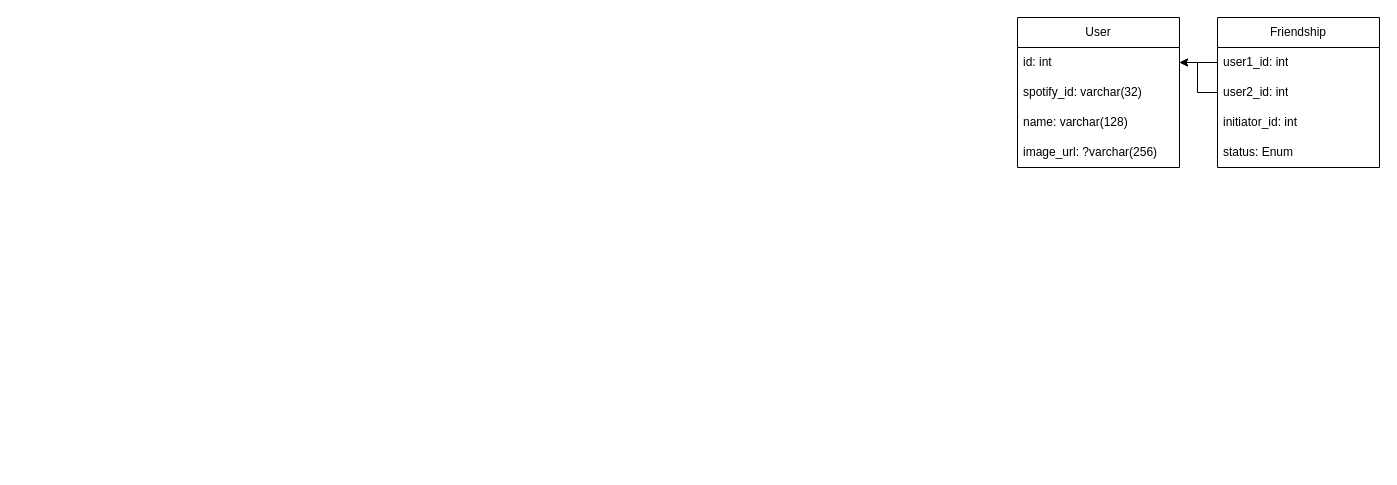
Before: diagrams/database.drawio in Zancmok/KCSpotifyAnalyzer, a draw.io diagram. Source tidied: cells renumbered, new cells numbered last; positions are measured from the earlier drawing's top-left corner, leaving out a move shared by most shapes. Both pictures are drawn from the tidied source at 100%, with x=0, y=0 at pixel (1017, 17).
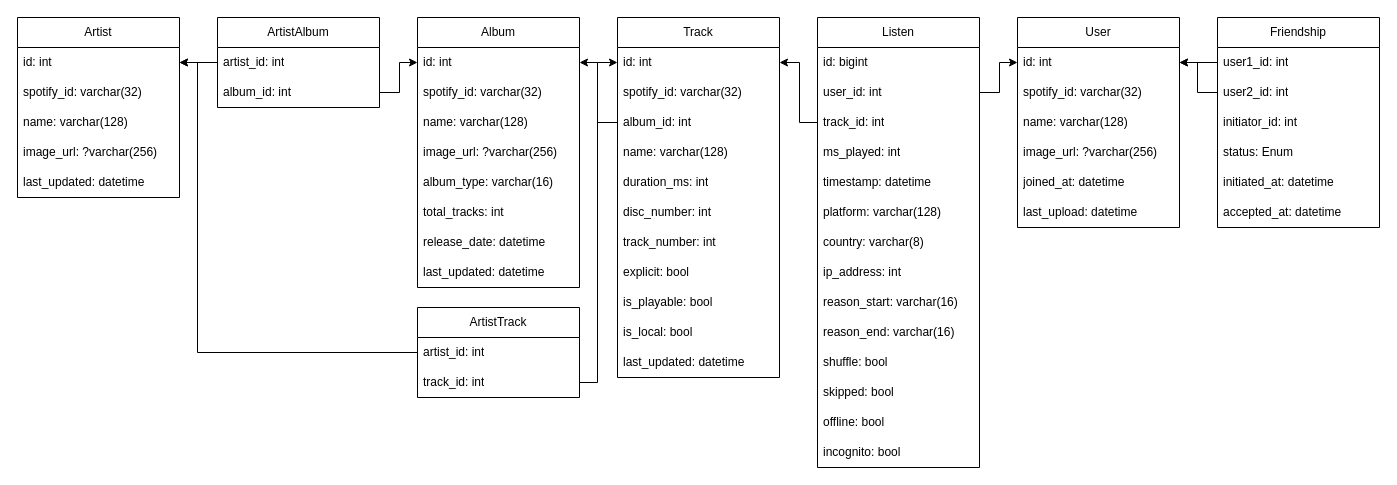
Above is the later version.

The change refers to these unchanged cells:
```xml
<mxCell id="3" value="id: int" style="text;strokeColor=none;fillColor=none;align=left;verticalAlign=middle;spacingLeft=4;spacingRight=4;overflow=hidden;points=[[0,0.5],[1,0.5]];portConstraint=eastwest;whiteSpace=wrap;html=1;" parent="2" vertex="1">
  <mxGeometry y="30" width="162" height="30" as="geometry" />
</mxCell>
```

The edit, as a diff of the source:
```diff
@@
     <mxCell id="2" value="User" style="swimlane;fontStyle=0;horizontal=1;startSize=30;whiteSpace=wrap;html=1;" parent="1" vertex="1">
-      <mxGeometry width="162" height="150" as="geometry" />
+      <mxGeometry width="162" height="210" as="geometry" />
     </mxCell>
@@
+    <mxCell id="14" value="joined_at: datetime" style="text;strokeColor=none;fillColor=none;align=left;verticalAlign=middle;spacingLeft=4;spacingRight=4;overflow=hidden;whiteSpace=wrap;html=1;" parent="2" vertex="1">
+      <mxGeometry y="150" width="162" height="30" as="geometry" />
+    </mxCell>
+    <mxCell id="15" value="last_upload: datetime" style="text;strokeColor=none;fillColor=none;align=left;verticalAlign=middle;spacingLeft=4;spacingRight=4;overflow=hidden;whiteSpace=wrap;html=1;" parent="2" vertex="1">
+      <mxGeometry y="180" width="162" height="30" as="geometry" />
+    </mxCell>
     <mxCell id="7" value="Friendship" style="swimlane;fontStyle=0;horizontal=1;startSize=30;whiteSpace=wrap;html=1;" parent="1" vertex="1">
-      <mxGeometry x="200" width="162" height="150" as="geometry" />
+      <mxGeometry x="200" width="162" height="210" as="geometry" />
     </mxCell>
@@
+    <mxCell id="16" value="initiated_at: datetime" style="text;strokeColor=none;fillColor=none;align=left;verticalAlign=middle;spacingLeft=4;spacingRight=4;overflow=hidden;whiteSpace=wrap;html=1;" parent="7" vertex="1">
+      <mxGeometry y="150" width="162" height="30" as="geometry" />
+    </mxCell>
+    <mxCell id="17" value="accepted_at: datetime" style="text;strokeColor=none;fillColor=none;align=left;verticalAlign=middle;spacingLeft=4;spacingRight=4;overflow=hidden;whiteSpace=wrap;html=1;" parent="7" vertex="1">
+      <mxGeometry y="180" width="162" height="30" as="geometry" />
+    </mxCell>
@@
+    <mxCell id="18" value="Listen" style="swimlane;fontStyle=0;horizontal=1;startSize=30;whiteSpace=wrap;html=1;" parent="1" vertex="1">
+      <mxGeometry x="-200" width="162" height="450" as="geometry" />
+    </mxCell>
+    <mxCell id="19" value="id: bigint" style="text;strokeColor=none;fillColor=none;align=left;verticalAlign=middle;spacingLeft=4;spacingRight=4;overflow=hidden;whiteSpace=wrap;html=1;" parent="18" vertex="1">
+      <mxGeometry y="30" width="162" height="30" as="geometry" />
+    </mxCell>
+    <mxCell id="20" value="user_id: int" style="text;strokeColor=none;fillColor=none;align=left;verticalAlign=middle;spacingLeft=4;spacingRight=4;overflow=hidden;points=[[0,0.5],[1,0.5]];portConstraint=eastwest;whiteSpace=wrap;html=1;" parent="18" vertex="1">
+      <mxGeometry y="60" width="162" height="30" as="geometry" />
+    </mxCell>
+    <mxCell id="21" value="track_id: int" style="text;strokeColor=none;fillColor=none;align=left;verticalAlign=middle;spacingLeft=4;spacingRight=4;overflow=hidden;points=[[0,0.5],[1,0.5]];portConstraint=eastwest;whiteSpace=wrap;html=1;" parent="18" vertex="1">
+      <mxGeometry y="90" width="162" height="30" as="geometry" />
+    </mxCell>
+    <mxCell id="22" value="ms_played: int" style="text;strokeColor=none;fillColor=none;align=left;verticalAlign=middle;spacingLeft=4;spacingRight=4;overflow=hidden;whiteSpace=wrap;html=1;" parent="18" vertex="1">
+      <mxGeometry y="120" width="162" height="30" as="geometry" />
+    </mxCell>
+    <mxCell id="23" value="timestamp: datetime" style="text;strokeColor=none;fillColor=none;align=left;verticalAlign=middle;spacingLeft=4;spacingRight=4;overflow=hidden;whiteSpace=wrap;html=1;" parent="18" vertex="1">
+      <mxGeometry y="150" width="162" height="30" as="geometry" />
+    </mxCell>
+    <mxCell id="24" value="platform: varchar(128)" style="text;strokeColor=none;fillColor=none;align=left;verticalAlign=middle;spacingLeft=4;spacingRight=4;overflow=hidden;whiteSpace=wrap;html=1;" parent="18" vertex="1">
+      <mxGeometry y="180" width="162" height="30" as="geometry" />
+    </mxCell>
+    <mxCell id="25" value="country: varchar(8)" style="text;strokeColor=none;fillColor=none;align=left;verticalAlign=middle;spacingLeft=4;spacingRight=4;overflow=hidden;whiteSpace=wrap;html=1;" parent="18" vertex="1">
+      <mxGeometry y="210" width="162" height="30" as="geometry" />
+    </mxCell>
+    <mxCell id="26" value="ip_address: int" style="text;strokeColor=none;fillColor=none;align=left;verticalAlign=middle;spacingLeft=4;spacingRight=4;overflow=hidden;whiteSpace=wrap;html=1;" parent="18" vertex="1">
+      <mxGeometry y="240" width="162" height="30" as="geometry" />
+    </mxCell>
+    <mxCell id="27" value="reason_start: varchar(16)" style="text;strokeColor=none;fillColor=none;align=left;verticalAlign=middle;spacingLeft=4;spacingRight=4;overflow=hidden;whiteSpace=wrap;html=1;" parent="18" vertex="1">
+      <mxGeometry y="270" width="162" height="30" as="geometry" />
+    </mxCell>
+    <mxCell id="28" value="reason_end: varchar(16)" style="text;strokeColor=none;fillColor=none;align=left;verticalAlign=middle;spacingLeft=4;spacingRight=4;overflow=hidden;whiteSpace=wrap;html=1;" parent="18" vertex="1">
+      <mxGeometry y="300" width="162" height="30" as="geometry" />
+    </mxCell>
+    <mxCell id="29" value="shuffle: bool" style="text;strokeColor=none;fillColor=none;align=left;verticalAlign=middle;spacingLeft=4;spacingRight=4;overflow=hidden;whiteSpace=wrap;html=1;" parent="18" vertex="1">
+      <mxGeometry y="330" width="162" height="30" as="geometry" />
+    </mxCell>
+    <mxCell id="30" value="skipped: bool" style="text;strokeColor=none;fillColor=none;align=left;verticalAlign=middle;spacingLeft=4;spacingRight=4;overflow=hidden;whiteSpace=wrap;html=1;" parent="18" vertex="1">
+      <mxGeometry y="360" width="162" height="30" as="geometry" />
+    </mxCell>
+    <mxCell id="31" value="offline: bool" style="text;strokeColor=none;fillColor=none;align=left;verticalAlign=middle;spacingLeft=4;spacingRight=4;overflow=hidden;whiteSpace=wrap;html=1;" parent="18" vertex="1">
+      <mxGeometry y="390" width="162" height="30" as="geometry" />
+    </mxCell>
+    <mxCell id="32" value="incognito: bool" style="text;strokeColor=none;fillColor=none;align=left;verticalAlign=middle;spacingLeft=4;spacingRight=4;overflow=hidden;whiteSpace=wrap;html=1;" parent="18" vertex="1">
+      <mxGeometry y="420" width="162" height="30" as="geometry" />
+    </mxCell>
+    <mxCell id="33" style="edgeStyle=orthogonalEdgeStyle;rounded=0;jettySize=auto;html=1;entryX=0;entryY=0.5;entryDx=0;entryDy=0;" parent="1" edge="1" source="20" target="3">
+      <mxGeometry relative="1" as="geometry" />
+    </mxCell>
+    <mxCell id="34" value="Track" style="swimlane;fontStyle=0;horizontal=1;startSize=30;whiteSpace=wrap;html=1;" parent="1" vertex="1">
+      <mxGeometry x="-400" width="162" height="360" as="geometry" />
+    </mxCell>
+    <mxCell id="35" value="id: int" style="text;strokeColor=none;fillColor=none;align=left;verticalAlign=middle;spacingLeft=4;spacingRight=4;overflow=hidden;points=[[0,0.5],[1,0.5]];portConstraint=eastwest;whiteSpace=wrap;html=1;" parent="34" vertex="1">
+      <mxGeometry y="30" width="162" height="30" as="geometry" />
+    </mxCell>
+    <mxCell id="36" value="spotify_id: varchar(32)" style="text;strokeColor=none;fillColor=none;align=left;verticalAlign=middle;spacingLeft=4;spacingRight=4;overflow=hidden;whiteSpace=wrap;html=1;" parent="34" vertex="1">
+      <mxGeometry y="60" width="162" height="30" as="geometry" />
+    </mxCell>
+    <mxCell id="37" value="album_id: int" style="text;strokeColor=none;fillColor=none;align=left;verticalAlign=middle;spacingLeft=4;spacingRight=4;overflow=hidden;points=[[0,0.5],[1,0.5]];portConstraint=eastwest;whiteSpace=wrap;html=1;" parent="34" vertex="1">
+      <mxGeometry y="90" width="162" height="30" as="geometry" />
+    </mxCell>
+    <mxCell id="38" value="name: varchar(128)" style="text;strokeColor=none;fillColor=none;align=left;verticalAlign=middle;spacingLeft=4;spacingRight=4;overflow=hidden;whiteSpace=wrap;html=1;" parent="34" vertex="1">
+      <mxGeometry y="120" width="162" height="30" as="geometry" />
+    </mxCell>
+    <mxCell id="39" value="duration_ms: int" style="text;strokeColor=none;fillColor=none;align=left;verticalAlign=middle;spacingLeft=4;spacingRight=4;overflow=hidden;whiteSpace=wrap;html=1;" parent="34" vertex="1">
+      <mxGeometry y="150" width="162" height="30" as="geometry" />
+    </mxCell>
+    <mxCell id="40" value="disc_number: int" style="text;strokeColor=none;fillColor=none;align=left;verticalAlign=middle;spacingLeft=4;spacingRight=4;overflow=hidden;whiteSpace=wrap;html=1;" parent="34" vertex="1">
+      <mxGeometry y="180" width="162" height="30" as="geometry" />
+    </mxCell>
+    <mxCell id="41" value="track_number: int" style="text;strokeColor=none;fillColor=none;align=left;verticalAlign=middle;spacingLeft=4;spacingRight=4;overflow=hidden;whiteSpace=wrap;html=1;" parent="34" vertex="1">
+      <mxGeometry y="210" width="162" height="30" as="geometry" />
+    </mxCell>
+    <mxCell id="42" value="explicit: bool" style="text;strokeColor=none;fillColor=none;align=left;verticalAlign=middle;spacingLeft=4;spacingRight=4;overflow=hidden;whiteSpace=wrap;html=1;" parent="34" vertex="1">
+      <mxGeometry y="240" width="162" height="30" as="geometry" />
+    </mxCell>
+    <mxCell id="43" value="is_playable: bool" style="text;strokeColor=none;fillColor=none;align=left;verticalAlign=middle;spacingLeft=4;spacingRight=4;overflow=hidden;whiteSpace=wrap;html=1;" parent="34" vertex="1">
+      <mxGeometry y="270" width="162" height="30" as="geometry" />
+    </mxCell>
+    <mxCell id="44" value="is_local: bool" style="text;strokeColor=none;fillColor=none;align=left;verticalAlign=middle;spacingLeft=4;spacingRight=4;overflow=hidden;whiteSpace=wrap;html=1;" parent="34" vertex="1">
+      <mxGeometry y="300" width="162" height="30" as="geometry" />
+    </mxCell>
+    <mxCell id="45" value="last_updated: datetime" style="text;strokeColor=none;fillColor=none;align=left;verticalAlign=middle;spacingLeft=4;spacingRight=4;overflow=hidden;whiteSpace=wrap;html=1;" parent="34" vertex="1">
+      <mxGeometry y="330" width="162" height="30" as="geometry" />
+    </mxCell>
+    <mxCell id="46" style="edgeStyle=orthogonalEdgeStyle;rounded=0;jettySize=auto;html=1;entryX=1;entryY=0.5;entryDx=0;entryDy=0;" parent="1" edge="1" source="21" target="35">
+      <mxGeometry relative="1" as="geometry">
+        <Array as="points">
+          <mxPoint x="-218" y="105" />
+          <mxPoint x="-218" y="45" />
+        </Array>
+      </mxGeometry>
+    </mxCell>
+    <mxCell id="47" value="Album" style="swimlane;fontStyle=0;horizontal=1;startSize=30;whiteSpace=wrap;html=1;" parent="1" vertex="1">
+      <mxGeometry x="-600" width="162" height="270" as="geometry" />
+    </mxCell>
+    <mxCell id="48" value="id: int" style="text;strokeColor=none;fillColor=none;align=left;verticalAlign=middle;spacingLeft=4;spacingRight=4;overflow=hidden;points=[[0,0.5],[1,0.5]];portConstraint=eastwest;whiteSpace=wrap;html=1;" parent="47" vertex="1">
+      <mxGeometry y="30" width="162" height="30" as="geometry" />
+    </mxCell>
+    <mxCell id="49" value="spotify_id: varchar(32)" style="text;strokeColor=none;fillColor=none;align=left;verticalAlign=middle;spacingLeft=4;spacingRight=4;overflow=hidden;whiteSpace=wrap;html=1;" parent="47" vertex="1">
+      <mxGeometry y="60" width="162" height="30" as="geometry" />
+    </mxCell>
+    <mxCell id="50" value="name: varchar(128)" style="text;strokeColor=none;fillColor=none;align=left;verticalAlign=middle;spacingLeft=4;spacingRight=4;overflow=hidden;whiteSpace=wrap;html=1;" parent="47" vertex="1">
+      <mxGeometry y="90" width="162" height="30" as="geometry" />
+    </mxCell>
+    <mxCell id="51" value="image_url: ?varchar(256)" style="text;strokeColor=none;fillColor=none;align=left;verticalAlign=middle;spacingLeft=4;spacingRight=4;overflow=hidden;whiteSpace=wrap;html=1;" parent="47" vertex="1">
+      <mxGeometry y="120" width="162" height="30" as="geometry" />
+    </mxCell>
+    <mxCell id="52" value="album_type: varchar(16)" style="text;strokeColor=none;fillColor=none;align=left;verticalAlign=middle;spacingLeft=4;spacingRight=4;overflow=hidden;whiteSpace=wrap;html=1;" parent="47" vertex="1">
+      <mxGeometry y="150" width="162" height="30" as="geometry" />
+    </mxCell>
+    <mxCell id="53" value="total_tracks: int" style="text;strokeColor=none;fillColor=none;align=left;verticalAlign=middle;spacingLeft=4;spacingRight=4;overflow=hidden;whiteSpace=wrap;html=1;" parent="47" vertex="1">
+      <mxGeometry y="180" width="162" height="30" as="geometry" />
+    </mxCell>
+    <mxCell id="54" value="release_date: datetime" style="text;strokeColor=none;fillColor=none;align=left;verticalAlign=middle;spacingLeft=4;spacingRight=4;overflow=hidden;whiteSpace=wrap;html=1;" parent="47" vertex="1">
+      <mxGeometry y="210" width="162" height="30" as="geometry" />
+    </mxCell>
+    <mxCell id="55" value="last_updated: datetime" style="text;strokeColor=none;fillColor=none;align=left;verticalAlign=middle;spacingLeft=4;spacingRight=4;overflow=hidden;whiteSpace=wrap;html=1;" parent="47" vertex="1">
+      <mxGeometry y="240" width="162" height="30" as="geometry" />
+    </mxCell>
+    <mxCell id="56" style="edgeStyle=orthogonalEdgeStyle;rounded=0;jettySize=auto;html=1;entryX=1;entryY=0.5;entryDx=0;entryDy=0;" parent="1" edge="1" source="37" target="48">
+      <mxGeometry relative="1" as="geometry">
+        <Array as="points">
+          <mxPoint x="-420" y="105" />
+          <mxPoint x="-420" y="45" />
+        </Array>
+      </mxGeometry>
+    </mxCell>
+    <mxCell id="57" value="Artist" style="swimlane;fontStyle=0;horizontal=1;startSize=30;whiteSpace=wrap;html=1;" parent="1" vertex="1">
+      <mxGeometry x="-1000" width="162" height="180" as="geometry" />
+    </mxCell>
+    <mxCell id="58" value="id: int" style="text;strokeColor=none;fillColor=none;align=left;verticalAlign=middle;spacingLeft=4;spacingRight=4;overflow=hidden;points=[[0,0.5],[1,0.5]];portConstraint=eastwest;whiteSpace=wrap;html=1;" parent="57" vertex="1">
+      <mxGeometry y="30" width="162" height="30" as="geometry" />
+    </mxCell>
+    <mxCell id="59" value="spotify_id: varchar(32)" style="text;strokeColor=none;fillColor=none;align=left;verticalAlign=middle;spacingLeft=4;spacingRight=4;overflow=hidden;whiteSpace=wrap;html=1;" parent="57" vertex="1">
+      <mxGeometry y="60" width="162" height="30" as="geometry" />
+    </mxCell>
+    <mxCell id="60" value="name: varchar(128)" style="text;strokeColor=none;fillColor=none;align=left;verticalAlign=middle;spacingLeft=4;spacingRight=4;overflow=hidden;whiteSpace=wrap;html=1;" parent="57" vertex="1">
+      <mxGeometry y="90" width="162" height="30" as="geometry" />
+    </mxCell>
+    <mxCell id="61" value="image_url: ?varchar(256)" style="text;strokeColor=none;fillColor=none;align=left;verticalAlign=middle;spacingLeft=4;spacingRight=4;overflow=hidden;whiteSpace=wrap;html=1;" parent="57" vertex="1">
+      <mxGeometry y="120" width="162" height="30" as="geometry" />
+    </mxCell>
+    <mxCell id="62" value="last_updated: datetime" style="text;strokeColor=none;fillColor=none;align=left;verticalAlign=middle;spacingLeft=4;spacingRight=4;overflow=hidden;whiteSpace=wrap;html=1;" parent="57" vertex="1">
+      <mxGeometry y="150" width="162" height="30" as="geometry" />
+    </mxCell>
+    <mxCell id="63" value="ArtistAlbum" style="swimlane;fontStyle=0;horizontal=1;startSize=30;whiteSpace=wrap;html=1;" parent="1" vertex="1">
+      <mxGeometry x="-800" width="162" height="90" as="geometry" />
+    </mxCell>
+    <mxCell id="64" value="artist_id: int" style="text;strokeColor=none;fillColor=none;align=left;verticalAlign=middle;spacingLeft=4;spacingRight=4;overflow=hidden;points=[[0,0.5],[1,0.5]];portConstraint=eastwest;whiteSpace=wrap;html=1;" parent="63" vertex="1">
+      <mxGeometry y="30" width="162" height="30" as="geometry" />
+    </mxCell>
+    <mxCell id="65" value="album_id: int" style="text;strokeColor=none;fillColor=none;align=left;verticalAlign=middle;spacingLeft=4;spacingRight=4;overflow=hidden;points=[[0,0.5],[1,0.5]];portConstraint=eastwest;whiteSpace=wrap;html=1;" parent="63" vertex="1">
+      <mxGeometry y="60" width="162" height="30" as="geometry" />
+    </mxCell>
+    <mxCell id="66" style="edgeStyle=orthogonalEdgeStyle;rounded=0;jettySize=auto;html=1;entryX=0;entryY=0.5;entryDx=0;entryDy=0;" parent="1" edge="1" source="65" target="48">
+      <mxGeometry relative="1" as="geometry" />
+    </mxCell>
+    <mxCell id="67" style="edgeStyle=orthogonalEdgeStyle;rounded=0;jettySize=auto;html=1;entryX=1;entryY=0.5;entryDx=0;entryDy=0;" parent="1" edge="1" source="64" target="58">
+      <mxGeometry relative="1" as="geometry" />
+    </mxCell>
+    <mxCell id="68" value="ArtistTrack" style="swimlane;fontStyle=0;horizontal=1;startSize=30;whiteSpace=wrap;html=1;" parent="1" vertex="1">
+      <mxGeometry x="-600" y="290" width="162" height="90" as="geometry" />
+    </mxCell>
+    <mxCell id="69" value="artist_id: int" style="text;strokeColor=none;fillColor=none;align=left;verticalAlign=middle;spacingLeft=4;spacingRight=4;overflow=hidden;points=[[0,0.5],[1,0.5]];portConstraint=eastwest;whiteSpace=wrap;html=1;" parent="68" vertex="1">
+      <mxGeometry y="30" width="162" height="30" as="geometry" />
+    </mxCell>
+    <mxCell id="70" value="track_id: int" style="text;strokeColor=none;fillColor=none;align=left;verticalAlign=middle;spacingLeft=4;spacingRight=4;overflow=hidden;points=[[0,0.5],[1,0.5]];portConstraint=eastwest;whiteSpace=wrap;html=1;" parent="68" vertex="1">
+      <mxGeometry y="60" width="162" height="30" as="geometry" />
+    </mxCell>
+    <mxCell id="71" style="edgeStyle=orthogonalEdgeStyle;rounded=0;jettySize=auto;html=1;entryX=1;entryY=0.5;entryDx=0;entryDy=0;" parent="1" edge="1" source="69" target="58">
+      <mxGeometry relative="1" as="geometry">
+        <Array as="points">
+          <mxPoint x="-820" y="335" />
+          <mxPoint x="-820" y="45" />
+        </Array>
+      </mxGeometry>
+    </mxCell>
+    <mxCell id="72" style="edgeStyle=orthogonalEdgeStyle;rounded=0;jettySize=auto;html=1;entryX=0;entryY=0.5;entryDx=0;entryDy=0;" parent="1" edge="1" source="70" target="35">
+      <mxGeometry relative="1" as="geometry">
+        <Array as="points">
+          <mxPoint x="-420" y="365" />
+          <mxPoint x="-420" y="45" />
+        </Array>
+      </mxGeometry>
+    </mxCell>
```
